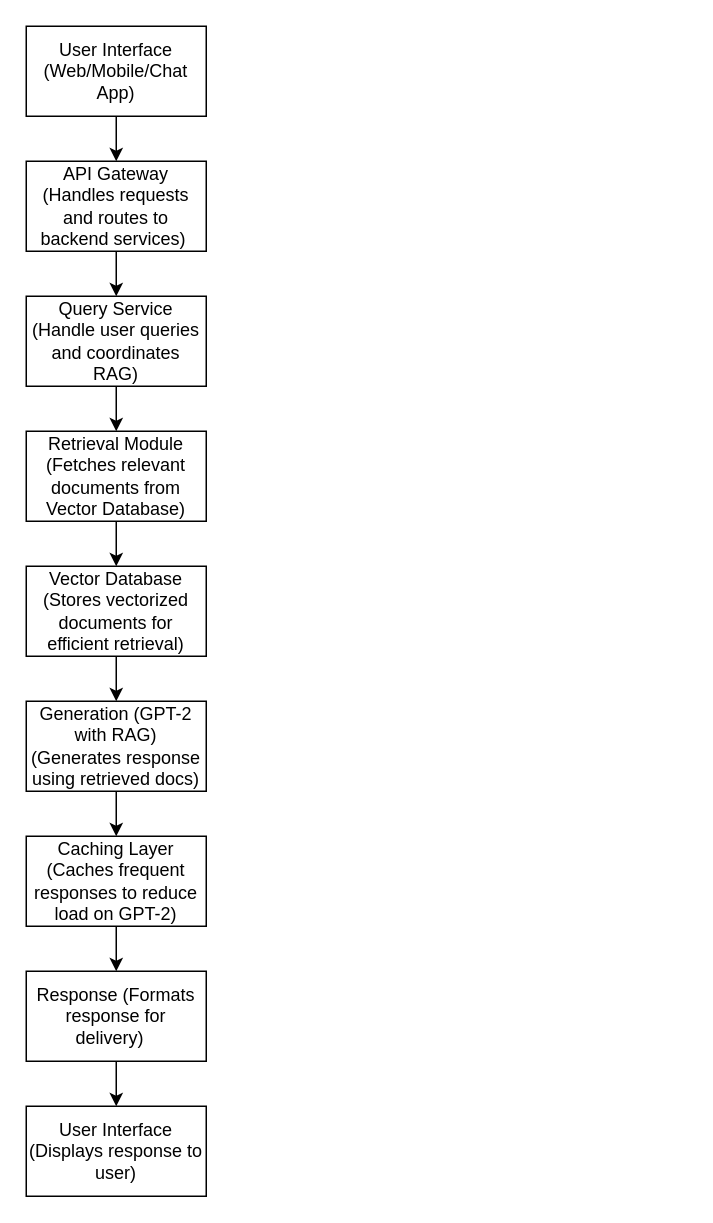
Before: Untitled Diagram.drawio in Thukten-Dema/Taxi-Booking-System, a draw.io diagram. Source tidied: cells renumbered, new cells numbered last; positions are measured from the earlier drawing's top-left corner, leaving out a move shared by most shapes. Both pictures are drawn from the tidied source at 150%, with x=0, y=0 at pixel (26, 26).
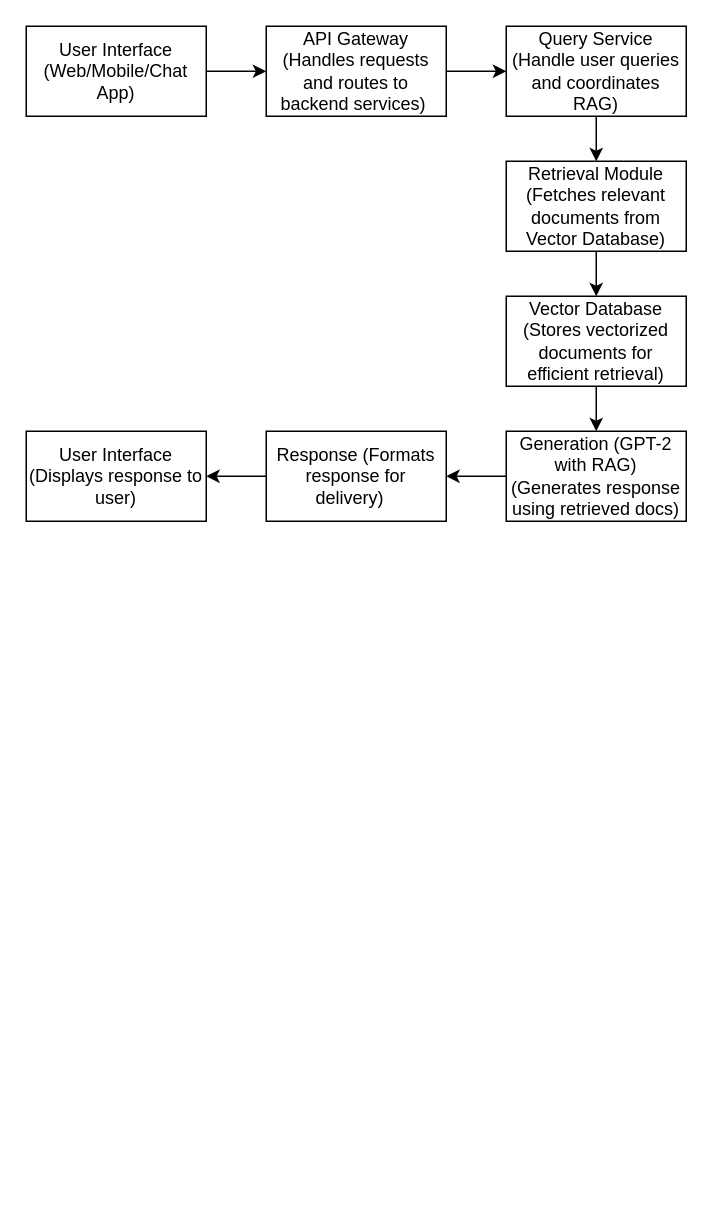
The same diagram, later.

Diff of the diagram source:
```diff
@@
 <mxGraphModel>
   <root>
     <mxCell id="0" />
     <mxCell id="1" parent="0" />
     <mxCell id="2" value="User Interface (Web/Mobile/Chat App)" style="rounded=0;whiteSpace=wrap;html=1;" parent="1" vertex="1">
       <mxGeometry width="120" height="60" as="geometry" />
     </mxCell>
     <mxCell id="3" value="API Gateway (Handles requests and routes to backend services)&amp;nbsp;" style="rounded=0;whiteSpace=wrap;html=1;" parent="1" vertex="1">
-      <mxGeometry y="90" width="120" height="60" as="geometry" />
+      <mxGeometry x="160" width="120" height="60" as="geometry" />
     </mxCell>
     <mxCell id="4" value="Query Service (Handle user queries and coordinates RAG)" style="rounded=0;whiteSpace=wrap;html=1;" parent="1" vertex="1">
-      <mxGeometry y="180" width="120" height="60" as="geometry" />
+      <mxGeometry x="320" width="120" height="60" as="geometry" />
     </mxCell>
     <mxCell id="5" value="Retrieval Module (Fetches relevant documents from Vector Database)" style="rounded=0;whiteSpace=wrap;html=1;" parent="1" vertex="1">
-      <mxGeometry y="270" width="120" height="60" as="geometry" />
+      <mxGeometry x="320" y="90" width="120" height="60" as="geometry" />
     </mxCell>
     <mxCell id="6" value="Vector Database (Stores vectorized documents for efficient retrieval)" style="rounded=0;whiteSpace=wrap;html=1;" parent="1" vertex="1">
-      <mxGeometry y="360" width="120" height="60" as="geometry" />
+      <mxGeometry x="320" y="180" width="120" height="60" as="geometry" />
     </mxCell>
     <mxCell id="7" value="Generation (GPT-2 with RAG) (Generates response using retrieved docs)" style="rounded=0;whiteSpace=wrap;html=1;" parent="1" vertex="1">
-      <mxGeometry y="450" width="120" height="60" as="geometry" />
+      <mxGeometry x="320" y="270" width="120" height="60" as="geometry" />
     </mxCell>
     <mxCell id="8" value="Response (Formats response for delivery)&lt;span style=&quot;white-space: pre;&quot;&gt;&#9;&lt;/span&gt;" style="rounded=0;whiteSpace=wrap;html=1;" parent="1" vertex="1">
-      <mxGeometry y="630" width="120" height="60" as="geometry" />
+      <mxGeometry x="160" y="270" width="120" height="60" as="geometry" />
     </mxCell>
     <mxCell id="9" value="User Interface (Displays response to user)" style="rounded=0;whiteSpace=wrap;html=1;" parent="1" vertex="1">
-      <mxGeometry y="720" width="120" height="60" as="geometry" />
+      <mxGeometry y="270" width="120" height="60" as="geometry" />
     </mxCell>
-    <mxCell id="10" value="Caching Layer (Caches frequent responses to reduce load on GPT-2)" style="rounded=0;whiteSpace=wrap;html=1;" parent="1" vertex="1">
-      <mxGeometry y="540" width="120" height="60" as="geometry" />
-    </mxCell>
-    <mxCell id="11" style="endArrow=classic;html=1;rounded=0;exitX=0.5;exitY=1;exitDx=0;exitDy=0;" parent="1" edge="1" source="2" target="3">
+    <mxCell id="11" style="endArrow=classic;html=1;rounded=0;exitX=1;exitY=0.5;exitDx=0;exitDy=0;" parent="1" edge="1" source="2" target="3">
       <mxGeometry relative="1" as="geometry" />
     </mxCell>
-    <mxCell id="12" style="endArrow=classic;html=1;rounded=0;exitX=0.5;exitY=1;exitDx=0;exitDy=0;entryX=0.5;entryY=0;entryDx=0;entryDy=0;" parent="1" edge="1" source="3" target="4">
+    <mxCell id="12" style="endArrow=classic;html=1;rounded=0;exitX=1;exitY=0.5;exitDx=0;exitDy=0;entryX=0;entryY=0.5;entryDx=0;entryDy=0;" parent="1" edge="1" source="3" target="4">
       <mxGeometry relative="1" as="geometry" />
     </mxCell>
     <mxCell id="13" style="endArrow=classic;html=1;rounded=0;exitX=0.5;exitY=1;exitDx=0;exitDy=0;" parent="1" edge="1" source="4" target="5">
       <mxGeometry relative="1" as="geometry" />
     </mxCell>
     <mxCell id="14" style="endArrow=classic;html=1;rounded=0;exitX=0.5;exitY=1;exitDx=0;exitDy=0;entryX=0.5;entryY=0;entryDx=0;entryDy=0;" parent="1" edge="1" source="5" target="6">
       <mxGeometry relative="1" as="geometry" />
     </mxCell>
     <mxCell id="15" style="endArrow=classic;html=1;rounded=0;exitX=0.5;exitY=1;exitDx=0;exitDy=0;entryX=0.5;entryY=0;entryDx=0;entryDy=0;" parent="1" edge="1" source="6" target="7">
       <mxGeometry relative="1" as="geometry" />
     </mxCell>
-    <mxCell id="16" style="endArrow=classic;html=1;rounded=0;exitX=0.5;exitY=1;exitDx=0;exitDy=0;entryX=0.5;entryY=0;entryDx=0;entryDy=0;" parent="1" edge="1" source="7" target="10">
-      <mxGeometry relative="1" as="geometry" />
-    </mxCell>
-    <mxCell id="17" style="endArrow=classic;html=1;rounded=0;exitX=0.5;exitY=1;exitDx=0;exitDy=0;entryX=0.5;entryY=0;entryDx=0;entryDy=0;" parent="1" edge="1" source="10" target="8">
+    <mxCell id="17" style="endArrow=classic;html=1;rounded=0;exitX=0;exitY=0.5;exitDx=0;exitDy=0;entryX=1;entryY=0.5;entryDx=0;entryDy=0;" parent="1" edge="1" source="7" target="8">
       <mxGeometry relative="1" as="geometry" />
     </mxCell>
-    <mxCell id="18" style="endArrow=classic;html=1;rounded=0;exitX=0.5;exitY=1;exitDx=0;exitDy=0;" parent="1" edge="1" source="8" target="9">
+    <mxCell id="18" style="endArrow=classic;html=1;rounded=0;exitX=0;exitY=0.5;exitDx=0;exitDy=0;entryX=1;entryY=0.5;entryDx=0;entryDy=0;" parent="1" edge="1" source="8" target="9">
       <mxGeometry relative="1" as="geometry" />
     </mxCell>
   </root>
 </mxGraphModel>
```
